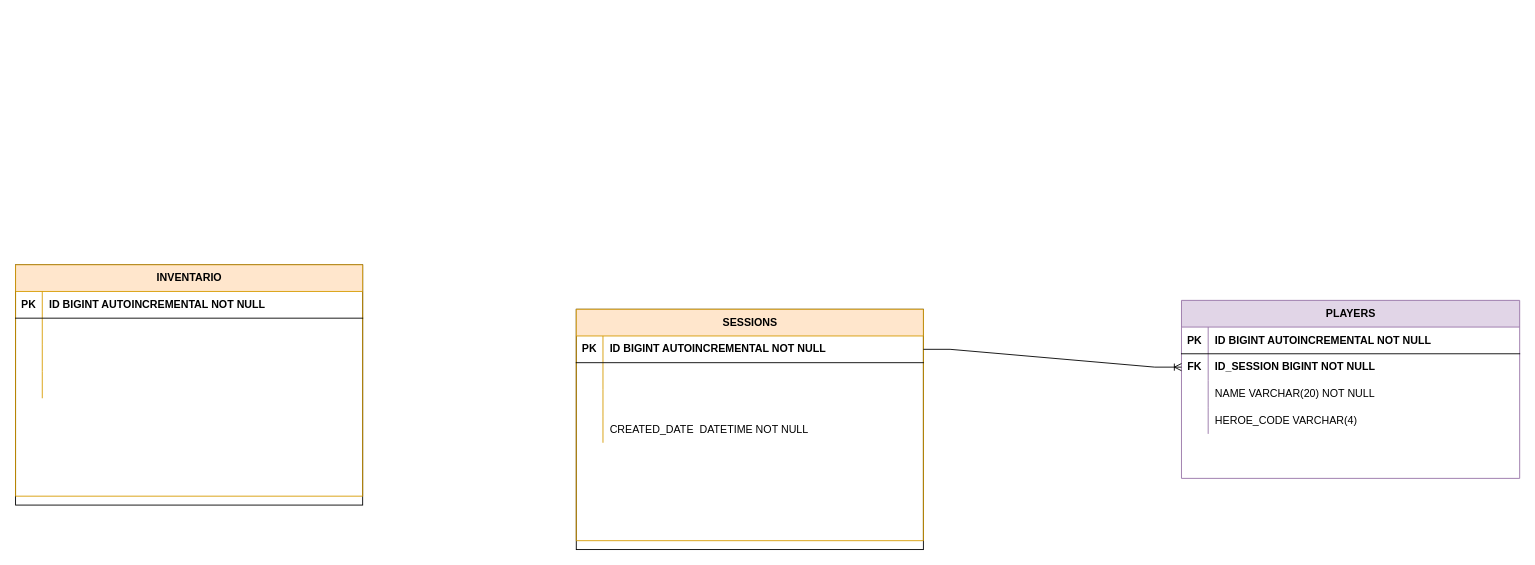
The draw.io diagram page "SESSION" (3 of 3) of Esquema Relacional.drawio in SerPerAlca/bd-eternum-dockerizada, before the edit. Source tidied: cells renumbered, new cells numbered last; positions are measured from the earlier drawing's top-left corner, leaving out a move shared by most shapes. Both pictures are drawn from the tidied source at 89%, with x=0, y=0 at pixel (15, 264).
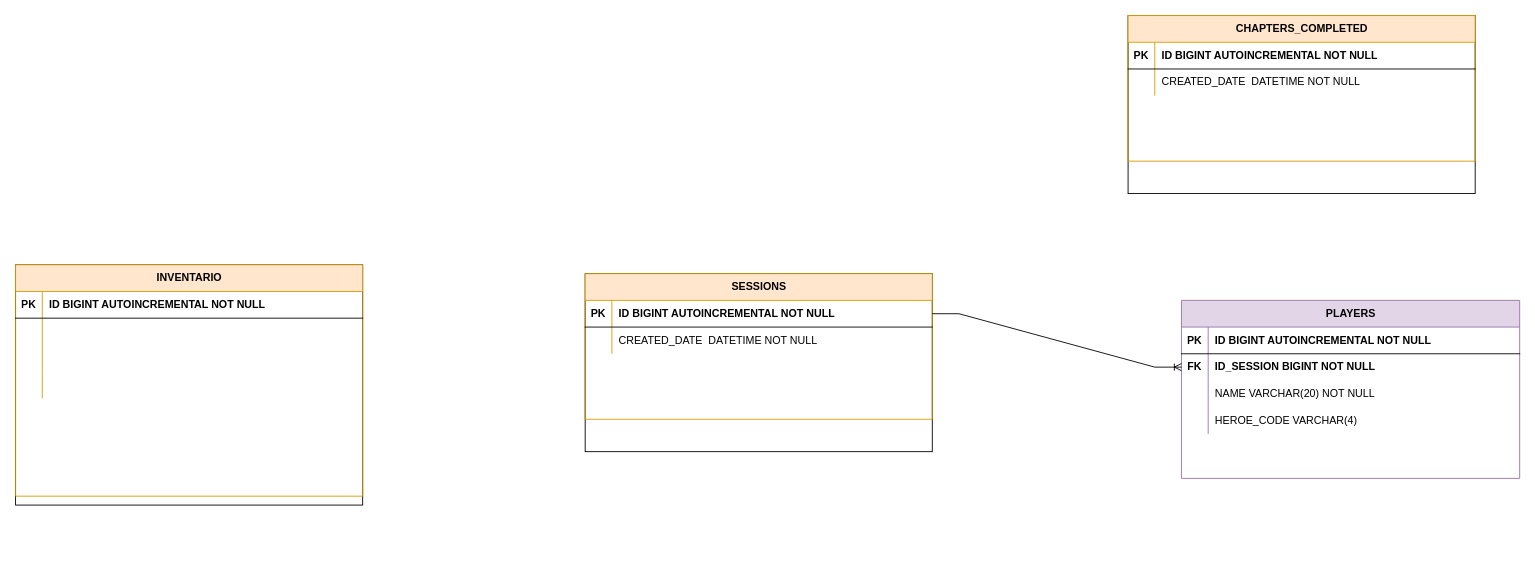
After the change.

Diff of the diagram source:
```diff
@@
     <mxCell id="2" style="group;fillColor=default;strokeColor=default;" parent="1" vertex="1">
-      <mxGeometry x="630" y="50" width="390" height="270" as="geometry" />
+      <mxGeometry x="640" y="10" width="390" height="200" as="geometry" />
     </mxCell>
     <mxCell id="3" style="shape=partialRectangle;fillColor=none;top=0;left=0;bottom=0;right=0;align=left;spacingLeft=6;overflow=hidden;whiteSpace=wrap;html=1;" parent="2" vertex="1">
-      <mxGeometry x="28.5" y="135" width="237.8" height="19.3" as="geometry" />
+      <mxGeometry x="28.5" y="100" width="237.8" height="14.3" as="geometry" />
     </mxCell>
-    <mxCell id="4" style="shape=partialRectangle;fillColor=none;top=0;left=0;bottom=0;right=0;align=left;spacingLeft=6;overflow=hidden;whiteSpace=wrap;html=1;" parent="2" vertex="1">
-      <mxGeometry x="28.5" y="154.3" width="237.8" height="19.3" as="geometry" />
-    </mxCell>
     <mxCell id="5" value="SESSIONS" style="shape=table;startSize=30;childLayout=tableLayout;rowLines=0;fontStyle=1;align=center;html=1;fillColor=#ffe6cc;strokeColor=#d79b00;" parent="2" vertex="1">
-      <mxGeometry width="390" height="260" as="geometry" />
+      <mxGeometry width="390" height="163.6" as="geometry" />
     </mxCell>
@@
-    <mxCell id="9" style="shape=tableRow;horizontal=0;startSize=0;swimlaneHead=0;swimlaneBody=0;fillColor=none;top=0;left=0;right=0;bottom=0;" parent="5" vertex="1">
-      <mxGeometry y="60" width="390" height="30" as="geometry" />
-    </mxCell>
-    <mxCell id="10" style="shape=partialRectangle;fillColor=none;top=0;left=0;bottom=0;right=0;overflow=hidden;whiteSpace=wrap;html=1;" parent="9" vertex="1">
-      <mxGeometry width="30" height="30" as="geometry" />
-    </mxCell>
-    <mxCell id="11" style="shape=partialRectangle;fillColor=none;top=0;left=0;bottom=0;right=0;align=left;spacingLeft=6;overflow=hidden;whiteSpace=wrap;html=1;" parent="9" vertex="1">
-      <mxGeometry x="30" width="360" height="30" as="geometry" />
-    </mxCell>
-    <mxCell id="12" style="shape=tableRow;horizontal=0;startSize=0;swimlaneHead=0;swimlaneBody=0;fillColor=none;top=0;left=0;right=0;bottom=0;" parent="5" vertex="1">
-      <mxGeometry y="90" width="390" height="30" as="geometry" />
-    </mxCell>
-    <mxCell id="13" style="shape=partialRectangle;fillColor=none;top=0;left=0;bottom=0;right=0;overflow=hidden;whiteSpace=wrap;html=1;" parent="12" vertex="1">
-      <mxGeometry width="30" height="30" as="geometry" />
-    </mxCell>
-    <mxCell id="14" style="shape=partialRectangle;fillColor=none;top=0;left=0;bottom=0;right=0;align=left;spacingLeft=6;overflow=hidden;whiteSpace=wrap;html=1;" parent="12" vertex="1">
-      <mxGeometry x="30" width="360" height="30" as="geometry" />
-    </mxCell>
     <mxCell id="15" style="shape=tableRow;horizontal=0;startSize=0;swimlaneHead=0;swimlaneBody=0;fillColor=none;top=0;left=0;right=0;bottom=0;" parent="5" vertex="1">
-      <mxGeometry y="120" width="390" height="30" as="geometry" />
+      <mxGeometry y="60" width="390" height="30" as="geometry" />
     </mxCell>
@@
+    <mxCell id="51" style="group;fillColor=default;strokeColor=default;" parent="1" vertex="1">
+      <mxGeometry x="1250" y="-280" width="390" height="200" as="geometry" />
+    </mxCell>
+    <mxCell id="52" style="shape=partialRectangle;fillColor=none;top=0;left=0;bottom=0;right=0;align=left;spacingLeft=6;overflow=hidden;whiteSpace=wrap;html=1;" parent="51" vertex="1">
+      <mxGeometry x="28.5" y="100" width="237.8" height="14.3" as="geometry" />
+    </mxCell>
+    <mxCell id="53" value="CHAPTERS_COMPLETED" style="shape=table;startSize=30;childLayout=tableLayout;rowLines=0;fontStyle=1;align=center;html=1;fillColor=#ffe6cc;strokeColor=#d79b00;" parent="51" vertex="1">
+      <mxGeometry width="390" height="163.6" as="geometry" />
+    </mxCell>
+    <mxCell id="54" style="shape=tableRow;horizontal=0;startSize=0;swimlaneHead=0;swimlaneBody=0;fillColor=none;top=0;left=0;right=0;bottom=1;" parent="53" vertex="1">
+      <mxGeometry y="30" width="390" height="30" as="geometry" />
+    </mxCell>
+    <mxCell id="55" value="PK" style="shape=partialRectangle;fillColor=none;top=0;left=0;bottom=0;right=0;fontStyle=1;overflow=hidden;whiteSpace=wrap;html=1;" parent="54" vertex="1">
+      <mxGeometry width="30" height="30" as="geometry" />
+    </mxCell>
+    <mxCell id="56" value="ID&amp;nbsp;BIGINT AUTOINCREMENTAL NOT NULL" style="shape=partialRectangle;fillColor=none;top=0;left=0;bottom=0;right=0;align=left;spacingLeft=6;fontStyle=1;overflow=hidden;whiteSpace=wrap;html=1;" parent="54" vertex="1">
+      <mxGeometry x="30" width="360" height="30" as="geometry" />
+    </mxCell>
+    <mxCell id="9" style="shape=tableRow;horizontal=0;startSize=0;swimlaneHead=0;swimlaneBody=0;fillColor=none;top=0;left=0;right=0;bottom=0;" parent="53" vertex="1">
+      <mxGeometry y="60" width="390" height="30" as="geometry" />
+    </mxCell>
+    <mxCell id="57" style="shape=partialRectangle;fillColor=none;top=0;left=0;bottom=0;right=0;overflow=hidden;whiteSpace=wrap;html=1;" parent="9" vertex="1">
+      <mxGeometry width="30" height="30" as="geometry" />
+    </mxCell>
+    <mxCell id="58" value="CREATED_DATE&amp;nbsp; DATETIME NOT NULL" style="shape=partialRectangle;fillColor=none;top=0;left=0;bottom=0;right=0;align=left;spacingLeft=6;overflow=hidden;whiteSpace=wrap;html=1;" parent="9" vertex="1">
+      <mxGeometry x="30" width="360" height="30" as="geometry" />
+    </mxCell>
```
